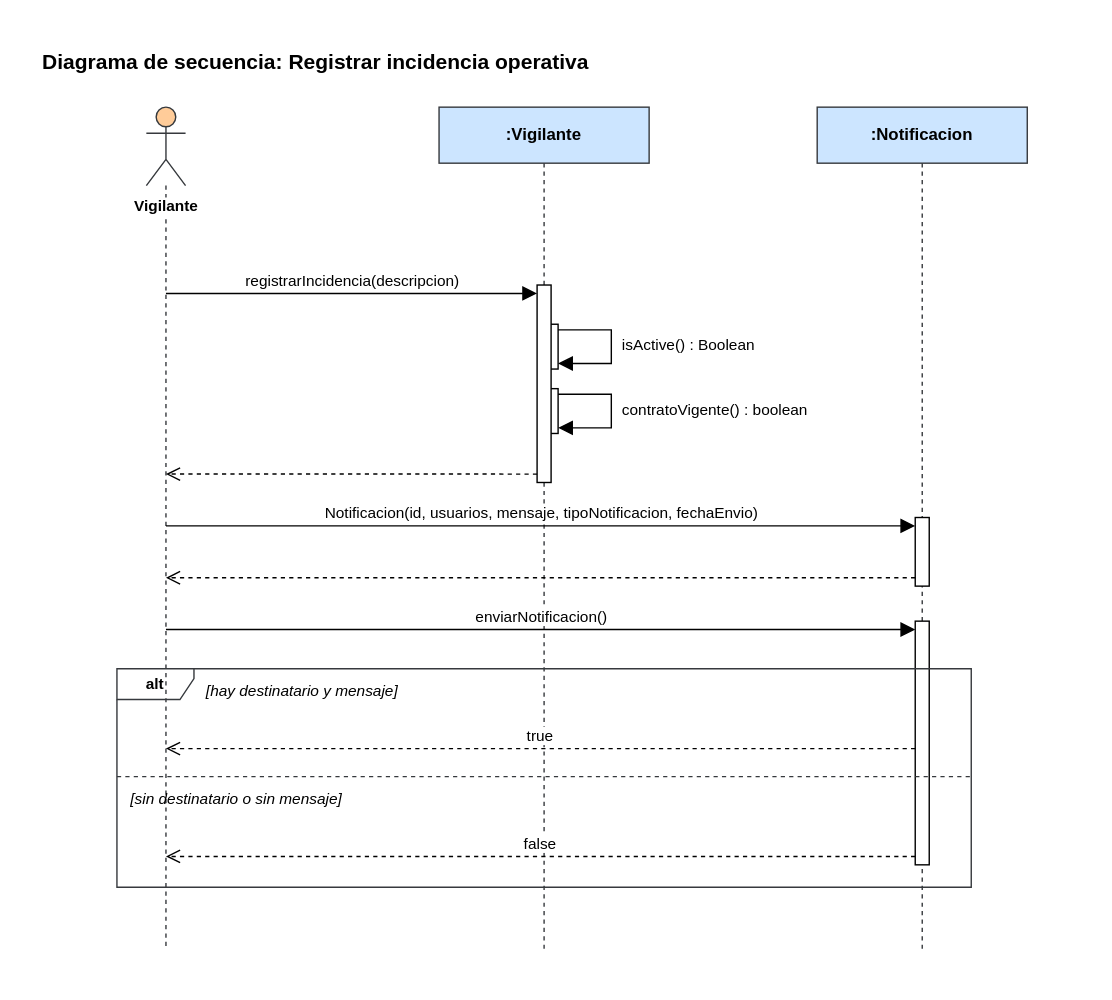
The draw.io diagram Diagramas/Secuencia/registrar-incidencia-operativa.svg in manuel20051208/HorizontalSoftware-Back-End, before a commit. Source tidied: cells renumbered, new cells last; positions are measured from the earlier drawing's top-left corner, leaving out a move shared by most shapes. The source it was exported from:
```xml
<mxGraphModel>
  <root>
    <mxCell id="0" />
    <mxCell id="1" parent="0" />
    <mxCell id="2" value="&lt;b&gt;Diagrama de secuencia: Registrar incidencia operativa&lt;/b&gt;" style="text;html=1;align=left;verticalAlign=top;whiteSpace=wrap;fontSize=15;" parent="1" vertex="1">
      <mxGeometry width="730" height="26" as="geometry" />
    </mxCell>
    <mxCell id="3" value="Vigilante" style="shape=umlLifeline;participant=umlActor;perimeter=lifelinePerimeter;whiteSpace=nowrap;html=1;outlineConnect=0;portConstraint=eastwest;size=56;verticalAlign=top;spacingTop=58;labelBackgroundColor=#ffffff;fontStyle=1;fontSize=11;fillColor=#ffcc99;strokeColor=#36393d;" parent="1" vertex="1">
      <mxGeometry x="76" y="48" width="28" height="601" as="geometry" />
    </mxCell>
    <mxCell id="4" value=":Vigilante" style="shape=umlLifeline;perimeter=lifelinePerimeter;whiteSpace=wrap;html=1;fillColor=#cce5ff;strokeColor=#36393d;fontStyle=1;fontSize=12;" parent="1" vertex="1">
      <mxGeometry x="285" y="48" width="150" height="601" as="geometry" />
    </mxCell>
    <mxCell id="5" value=":Notificacion" style="shape=umlLifeline;perimeter=lifelinePerimeter;whiteSpace=wrap;html=1;fillColor=#cce5ff;strokeColor=#36393d;fontStyle=1;fontSize=12;" parent="1" vertex="1">
      <mxGeometry x="555" y="48" width="150" height="601" as="geometry" />
    </mxCell>
    <mxCell id="6" style="html=1;points=[];perimeter=orthogonalPerimeter;fillColor=#ffffff;strokeColor=#000000;" parent="1" vertex="1">
      <mxGeometry x="360" y="203" width="10" height="32" as="geometry" />
    </mxCell>
    <mxCell id="7" style="html=1;points=[];perimeter=orthogonalPerimeter;fillColor=#ffffff;strokeColor=#000000;" parent="1" vertex="1">
      <mxGeometry x="360" y="249" width="10" height="32" as="geometry" />
    </mxCell>
    <mxCell id="8" style="html=1;points=[];perimeter=orthogonalPerimeter;fillColor=#ffffff;strokeColor=#000000;" parent="1" vertex="1">
      <mxGeometry x="355" y="175" width="10" height="141" as="geometry" />
    </mxCell>
    <mxCell id="9" style="html=1;points=[];perimeter=orthogonalPerimeter;fillColor=#ffffff;strokeColor=#000000;" parent="1" vertex="1">
      <mxGeometry x="625" y="341" width="10" height="49" as="geometry" />
    </mxCell>
    <mxCell id="10" style="html=1;points=[];perimeter=orthogonalPerimeter;fillColor=#ffffff;strokeColor=#000000;" parent="1" vertex="1">
      <mxGeometry x="625" y="415" width="10" height="174" as="geometry" />
    </mxCell>
    <mxCell id="11" value="registrarIncidencia(descripcion)" style="html=1;verticalAlign=bottom;rounded=0;fontSize=11;strokeColor=#000000;endArrow=block;endFill=1;endSize=8;exitX=0.5000;exitY=0.2213;exitDx=0;exitDy=0;exitPerimeter=0;entryX=0.0000;entryY=0.0426;entryDx=0;entryDy=0;entryPerimeter=0;" parent="1" edge="1" source="3" target="8">
      <mxGeometry relative="1" as="geometry" />
    </mxCell>
    <mxCell id="12" style="html=1;rounded=0;endArrow=block;endFill=1;endSize=8;strokeColor=#000000;exitX=1.0000;exitY=0.1250;exitDx=0;exitDy=0;exitPerimeter=0;entryX=1.0000;entryY=0.8750;entryDx=0;entryDy=0;entryPerimeter=0;" parent="1" edge="1" source="6" target="6">
      <mxGeometry relative="1" as="geometry">
        <Array as="points">
          <mxPoint x="408" y="207" />
          <mxPoint x="408" y="231" />
        </Array>
      </mxGeometry>
    </mxCell>
    <mxCell id="13" style="html=1;rounded=0;endArrow=block;endFill=1;endSize=8;strokeColor=#000000;exitX=1.0000;exitY=0.1250;exitDx=0;exitDy=0;exitPerimeter=0;entryX=1.0000;entryY=0.8750;entryDx=0;entryDy=0;entryPerimeter=0;" parent="1" edge="1" source="7" target="7">
      <mxGeometry relative="1" as="geometry">
        <Array as="points">
          <mxPoint x="408" y="253" />
          <mxPoint x="408" y="277" />
        </Array>
      </mxGeometry>
    </mxCell>
    <mxCell id="14" style="html=1;verticalAlign=bottom;rounded=0;fontSize=11;strokeColor=#000000;dashed=1;endArrow=open;endFill=0;endSize=8;exitX=0.0000;exitY=0.9574;exitDx=0;exitDy=0;exitPerimeter=0;entryX=0.5000;entryY=0.4359;entryDx=0;entryDy=0;entryPerimeter=0;" parent="1" edge="1" source="8" target="3">
      <mxGeometry relative="1" as="geometry" />
    </mxCell>
    <mxCell id="15" value="Notificacion(id, usuarios, mensaje, tipoNotificacion, fechaEnvio)" style="html=1;verticalAlign=bottom;rounded=0;fontSize=11;strokeColor=#000000;endArrow=block;endFill=1;endSize=8;exitX=0.5000;exitY=0.4975;exitDx=0;exitDy=0;exitPerimeter=0;entryX=0.0000;entryY=0.1224;entryDx=0;entryDy=0;entryPerimeter=0;" parent="1" edge="1" source="3" target="9">
      <mxGeometry relative="1" as="geometry" />
    </mxCell>
    <mxCell id="16" style="html=1;verticalAlign=bottom;rounded=0;fontSize=11;strokeColor=#000000;dashed=1;endArrow=open;endFill=0;endSize=8;exitX=0.0000;exitY=0.8776;exitDx=0;exitDy=0;exitPerimeter=0;entryX=0.5000;entryY=0.5591;entryDx=0;entryDy=0;entryPerimeter=0;" parent="1" edge="1" source="9" target="3">
      <mxGeometry relative="1" as="geometry" />
    </mxCell>
    <mxCell id="17" value="enviarNotificacion()" style="html=1;verticalAlign=bottom;rounded=0;fontSize=11;strokeColor=#000000;endArrow=block;endFill=1;endSize=8;exitX=0.5000;exitY=0.6206;exitDx=0;exitDy=0;exitPerimeter=0;entryX=0.0000;entryY=0.0345;entryDx=0;entryDy=0;entryPerimeter=0;" parent="1" edge="1" source="3" target="10">
      <mxGeometry relative="1" as="geometry" />
    </mxCell>
    <mxCell id="18" value="true" style="html=1;verticalAlign=bottom;rounded=0;fontSize=11;strokeColor=#000000;dashed=1;endArrow=open;endFill=0;endSize=8;exitX=0.0000;exitY=0.5230;exitDx=0;exitDy=0;exitPerimeter=0;entryX=0.5000;entryY=0.7621;entryDx=0;entryDy=0;entryPerimeter=0;" parent="1" edge="1" source="10" target="3">
      <mxGeometry relative="1" as="geometry" />
    </mxCell>
    <mxCell id="19" value="false" style="html=1;verticalAlign=bottom;rounded=0;fontSize=11;strokeColor=#000000;dashed=1;endArrow=open;endFill=0;endSize=8;exitX=0.0000;exitY=0.9655;exitDx=0;exitDy=0;exitPerimeter=0;entryX=0.5000;entryY=0.8902;entryDx=0;entryDy=0;entryPerimeter=0;" parent="1" edge="1" source="10" target="3">
      <mxGeometry relative="1" as="geometry" />
    </mxCell>
    <mxCell id="20" value="isActive() : Boolean" style="text;html=1;align=left;verticalAlign=top;whiteSpace=wrap;overflow=hidden;fontSize=11;" parent="1" vertex="1">
      <mxGeometry x="414" y="205" width="185" height="28" as="geometry" />
    </mxCell>
    <mxCell id="21" value="contratoVigente() : boolean" style="text;html=1;align=left;verticalAlign=top;whiteSpace=wrap;overflow=hidden;fontSize=11;" parent="1" vertex="1">
      <mxGeometry x="414" y="251" width="185" height="28" as="geometry" />
    </mxCell>
    <mxCell id="22" value="alt" style="shape=umlFrame;whiteSpace=wrap;html=1;fillColor=none;strokeColor=#36393d;fontStyle=1;fontSize=11;width=55;height=22;" parent="1" vertex="1">
      <mxGeometry x="55" y="449" width="610" height="156" as="geometry" />
    </mxCell>
    <mxCell id="23" style="endArrow=none;dashed=1;html=1;strokeColor=#36393d;" parent="1" edge="1">
      <mxGeometry relative="1" as="geometry">
        <mxPoint x="55" y="526" as="sourcePoint" />
        <mxPoint x="665" y="526" as="targetPoint" />
      </mxGeometry>
    </mxCell>
    <mxCell id="24" value="[hay destinatario y mensaje]" style="text;html=1;align=left;verticalAlign=top;whiteSpace=wrap;fontSize=11;fontStyle=2;" parent="1" vertex="1">
      <mxGeometry x="117" y="452" width="540" height="22" as="geometry" />
    </mxCell>
    <mxCell id="25" value="[sin destinatario o sin mensaje]" style="text;html=1;align=left;verticalAlign=top;whiteSpace=wrap;fontSize=11;fontStyle=2;" parent="1" vertex="1">
      <mxGeometry x="63" y="529" width="590" height="22" as="geometry" />
    </mxCell>
  </root>
</mxGraphModel>
```
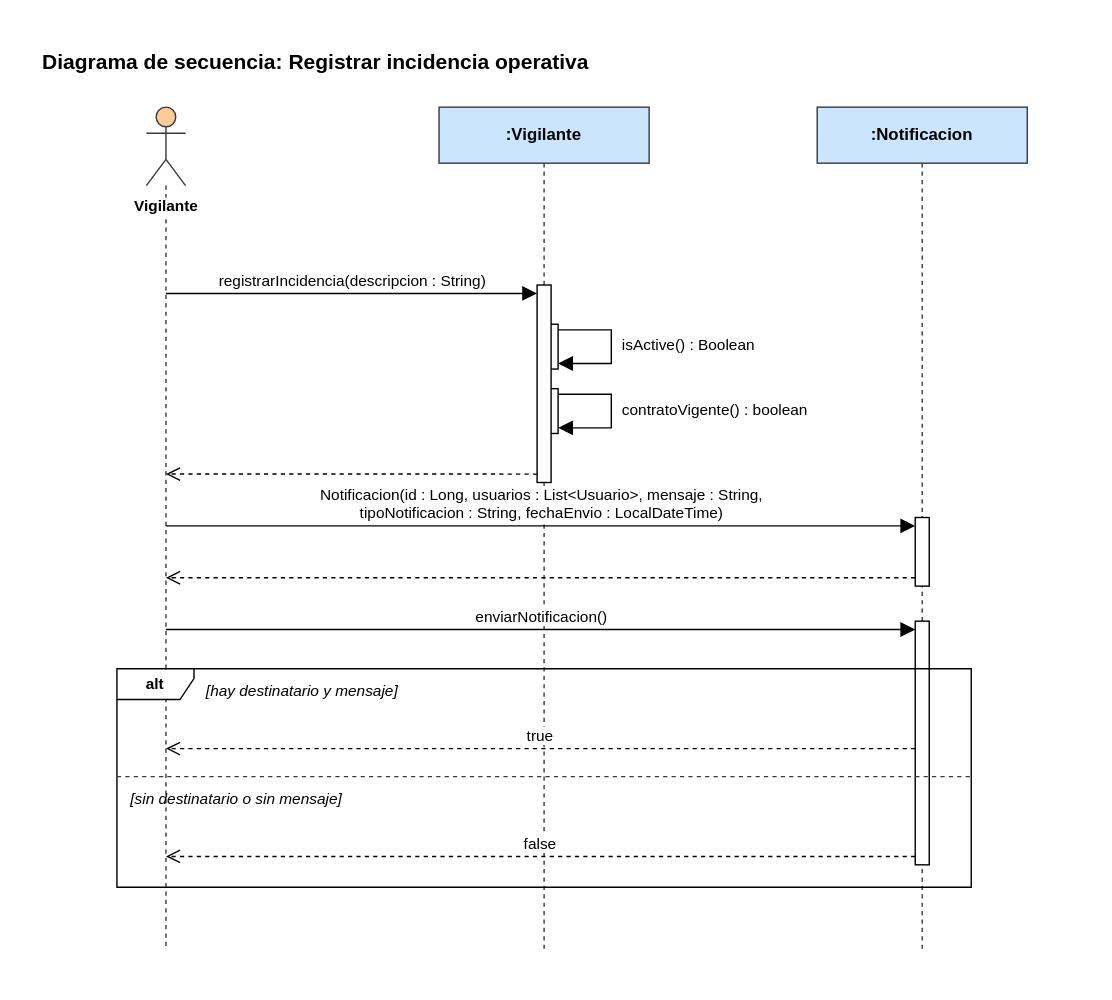
Above is the later version.

Diff of the diagram source:
```diff
@@ -29,7 +29,7 @@
     <mxCell id="10" style="html=1;points=[];perimeter=orthogonalPerimeter;fillColor=#ffffff;strokeColor=#000000;" parent="1" vertex="1">
       <mxGeometry x="625" y="415" width="10" height="174" as="geometry" />
     </mxCell>
-    <mxCell id="11" value="registrarIncidencia(descripcion)" style="html=1;verticalAlign=bottom;rounded=0;fontSize=11;strokeColor=#000000;endArrow=block;endFill=1;endSize=8;exitX=0.5000;exitY=0.2213;exitDx=0;exitDy=0;exitPerimeter=0;entryX=0.0000;entryY=0.0426;entryDx=0;entryDy=0;entryPerimeter=0;" parent="1" edge="1" source="3" target="8">
+    <mxCell id="11" value="registrarIncidencia(descripcion : String)" style="html=1;verticalAlign=bottom;rounded=0;fontSize=11;strokeColor=#000000;endArrow=block;endFill=1;endSize=8;exitX=0.5000;exitY=0.2213;exitDx=0;exitDy=0;exitPerimeter=0;entryX=0.0000;entryY=0.0426;entryDx=0;entryDy=0;entryPerimeter=0;" parent="1" edge="1" source="3" target="8">
       <mxGeometry relative="1" as="geometry" />
     </mxCell>
     <mxCell id="12" style="html=1;rounded=0;endArrow=block;endFill=1;endSize=8;strokeColor=#000000;exitX=1.0000;exitY=0.1250;exitDx=0;exitDy=0;exitPerimeter=0;entryX=1.0000;entryY=0.8750;entryDx=0;entryDy=0;entryPerimeter=0;" parent="1" edge="1" source="6" target="6">
@@ -51,7 +51,7 @@
     <mxCell id="14" style="html=1;verticalAlign=bottom;rounded=0;fontSize=11;strokeColor=#000000;dashed=1;endArrow=open;endFill=0;endSize=8;exitX=0.0000;exitY=0.9574;exitDx=0;exitDy=0;exitPerimeter=0;entryX=0.5000;entryY=0.4359;entryDx=0;entryDy=0;entryPerimeter=0;" parent="1" edge="1" source="8" target="3">
       <mxGeometry relative="1" as="geometry" />
     </mxCell>
-    <mxCell id="15" value="Notificacion(id, usuarios, mensaje, tipoNotificacion, fechaEnvio)" style="html=1;verticalAlign=bottom;rounded=0;fontSize=11;strokeColor=#000000;endArrow=block;endFill=1;endSize=8;exitX=0.5000;exitY=0.4975;exitDx=0;exitDy=0;exitPerimeter=0;entryX=0.0000;entryY=0.1224;entryDx=0;entryDy=0;entryPerimeter=0;" parent="1" edge="1" source="3" target="9">
+    <mxCell id="15" value="Notificacion(id : Long, usuarios : List&amp;lt;Usuario&amp;gt;, mensaje : String,&lt;br&gt;tipoNotificacion : String, fechaEnvio : LocalDateTime)" style="html=1;verticalAlign=bottom;rounded=0;fontSize=11;strokeColor=#000000;endArrow=block;endFill=1;endSize=8;exitX=0.5000;exitY=0.4975;exitDx=0;exitDy=0;exitPerimeter=0;entryX=0.0000;entryY=0.1224;entryDx=0;entryDy=0;entryPerimeter=0;" parent="1" edge="1" source="3" target="9">
       <mxGeometry relative="1" as="geometry" />
     </mxCell>
     <mxCell id="16" style="html=1;verticalAlign=bottom;rounded=0;fontSize=11;strokeColor=#000000;dashed=1;endArrow=open;endFill=0;endSize=8;exitX=0.0000;exitY=0.8776;exitDx=0;exitDy=0;exitPerimeter=0;entryX=0.5000;entryY=0.5591;entryDx=0;entryDy=0;entryPerimeter=0;" parent="1" edge="1" source="9" target="3">
@@ -72,7 +72,7 @@
     <mxCell id="21" value="contratoVigente() : boolean" style="text;html=1;align=left;verticalAlign=top;whiteSpace=wrap;overflow=hidden;fontSize=11;" parent="1" vertex="1">
       <mxGeometry x="414" y="251" width="185" height="28" as="geometry" />
     </mxCell>
-    <mxCell id="22" value="alt" style="shape=umlFrame;whiteSpace=wrap;html=1;fillColor=none;strokeColor=#36393d;fontStyle=1;fontSize=11;width=55;height=22;" parent="1" vertex="1">
+    <mxCell id="22" value="alt" style="shape=umlFrame;whiteSpace=wrap;html=1;fontStyle=1;fontSize=11;width=55;height=22;" parent="1" vertex="1">
       <mxGeometry x="55" y="449" width="610" height="156" as="geometry" />
     </mxCell>
     <mxCell id="23" style="endArrow=none;dashed=1;html=1;strokeColor=#36393d;" parent="1" edge="1">
```
